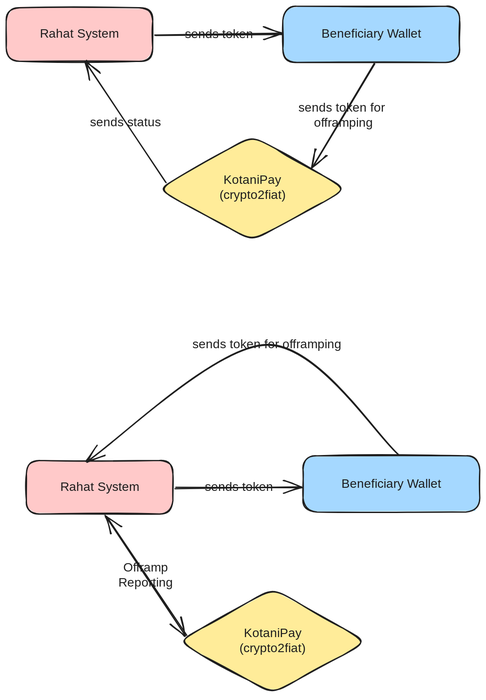
Before: docs/diagrams/offramp-kotani.excalidraw.svg, a diagram exported from Excalidraw (rahataid/rahat-platform). Source tidied: one line per element, renumbered; positions are measured from the earlier drawing's top-left corner, leaving out a move shared by most shapes.
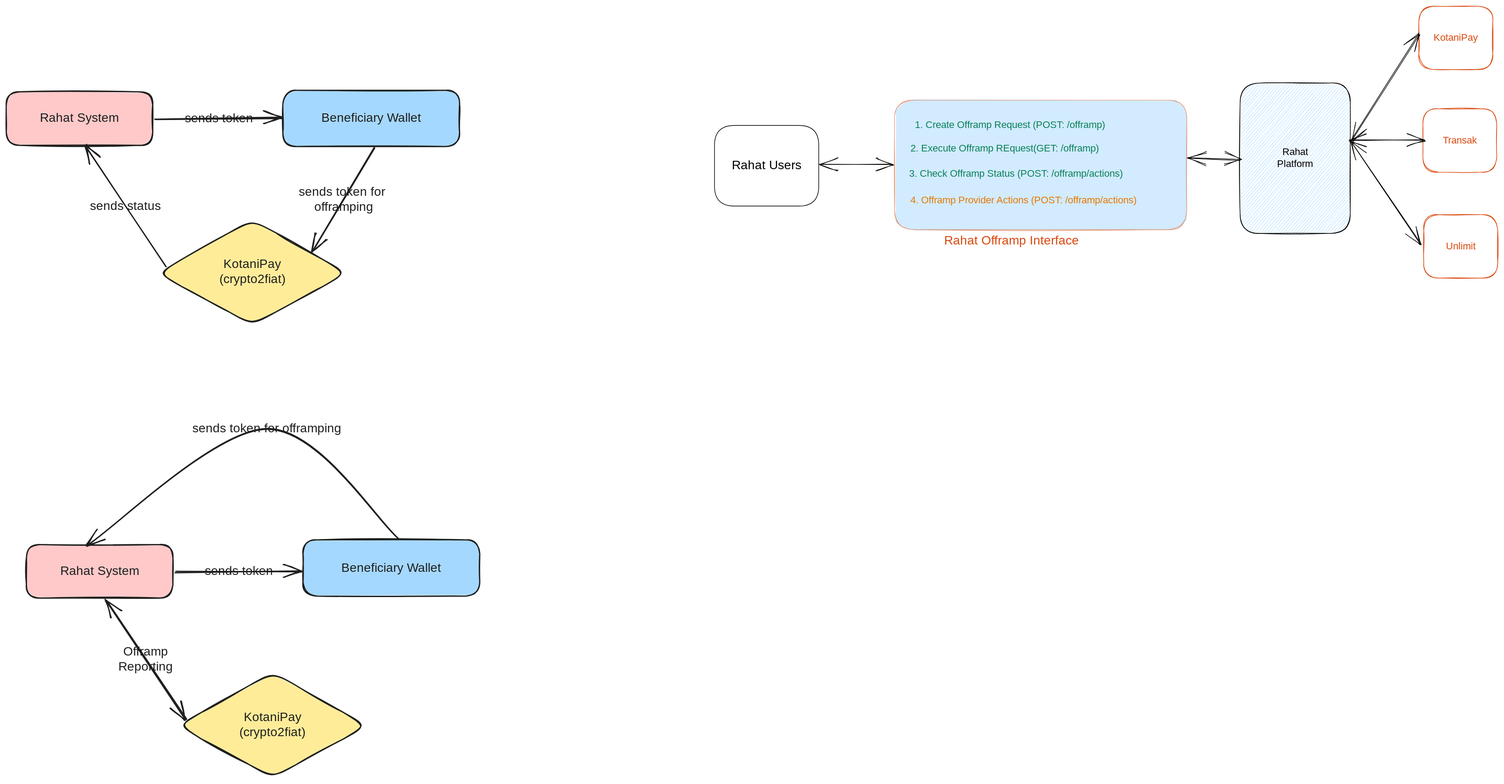
The same diagram one commit later.

Diff of the diagram source:
```diff
@@ -22,3 +22,24 @@
 {"id": 21, "type": "text", "text": "Offramp\nReporting", "strokeColor": "#1e1e1e", "backgroundColor": "#ffec99", "fillStyle": "solid", "strokeWidth": 2, "roughness": 1, "fontSize": 20, "fontFamily": 1, "textAlign": "center", "verticalAlign": "middle", "inside": 20, "x": 180, "y": 894, "width": 89, "height": 48}
 {"id": 22, "type": "arrow", "strokeColor": "#1e1e1e", "backgroundColor": "#ffec99", "fillStyle": "solid", "strokeWidth": 2, "roughness": 1, "endArrowhead": "arrow", "round": true, "from": 14, "x": 632, "y": 723, "width": 501, "height": 188, "points": [[0, 0], [-212, -177], [-501, 11]]}
 {"id": 23, "type": "text", "text": "sends token for offramping", "strokeColor": "#1e1e1e", "backgroundColor": "#ffec99", "fillStyle": "solid", "strokeWidth": 2, "roughness": 1, "fontSize": 20, "fontFamily": 1, "textAlign": "center", "verticalAlign": "middle", "inside": 22, "x": 288, "y": 534, "width": 264, "height": 24}
+{"id": 24, "type": "rectangle", "strokeColor": "#000000", "strokeWidth": 1, "roughness": 0, "round": true, "x": 1141, "y": 57, "width": 168, "height": 130}
+{"id": 25, "type": "text", "text": "Rahat Users", "strokeColor": "#000000", "strokeWidth": 1, "roughness": 1, "fontSize": 20, "fontFamily": 1, "textAlign": "center", "verticalAlign": "middle", "inside": 24, "x": 1162, "y": 110, "width": 127, "height": 24}
+{"id": 26, "type": "rectangle", "strokeColor": "#d9480f", "backgroundColor": "#a5d8ff", "fillStyle": "solid", "strokeWidth": 1, "roughness": 1, "opacity": 50, "round": true, "x": 1432, "y": 16, "width": 471, "height": 209}
+{"id": 27, "type": "text", "text": "Rahat Offramp Interface", "strokeColor": "#d9480f", "strokeWidth": 1, "roughness": 1, "fontSize": 20, "fontFamily": 1, "x": 1512, "y": 231, "width": 255, "height": 24}
+{"id": 28, "type": "text", "text": "1. Create Offramp Request (POST: /offramp)", "strokeColor": "#087f5b", "strokeWidth": 1, "roughness": 1, "fontSize": 16, "fontFamily": 1, "x": 1464, "y": 47, "width": 358, "height": 19}
+{"id": 29, "type": "text", "text": "2. Execute Offramp REquest(GET: /offramp)", "strokeColor": "#087f5b", "strokeWidth": 1, "roughness": 1, "fontSize": 16, "fontFamily": 1, "x": 1457, "y": 85, "width": 360, "height": 19}
+{"id": 30, "type": "text", "text": "3. Check Offramp Status (POST: /offramp/actions)", "strokeColor": "#087f5b", "strokeWidth": 1, "roughness": 1, "fontSize": 16, "fontFamily": 1, "x": 1455, "y": 125, "width": 410, "height": 19}
+{"id": 31, "type": "text", "text": "4. Offramp Provider Actions (POST: /offramp/actions)", "strokeColor": "#e67700", "strokeWidth": 1, "roughness": 1, "fontSize": 16, "fontFamily": 1, "x": 1457, "y": 168, "width": 429, "height": 19}
+{"id": 32, "type": "arrow", "strokeColor": "#000000", "strokeWidth": 1, "roughness": 1, "startArrowhead": "arrow", "endArrowhead": "arrow", "round": true, "from": 24, "to": 26, "x": 1310, "y": 119, "width": 117, "height": 1, "points": [[0, 0], [117, 1]]}
+{"id": 33, "type": "rectangle", "strokeColor": "#000000", "backgroundColor": "#a5d8ff", "fillStyle": "hachure", "strokeWidth": 1, "roughness": 1, "round": true, "x": 1989, "y": -12, "width": 178, "height": 243}
+{"id": 34, "type": "text", "text": "Rahat\nPlatform", "strokeColor": "#000000", "strokeWidth": 1, "roughness": 1, "fontSize": 16, "fontFamily": 1, "textAlign": "center", "verticalAlign": "middle", "inside": 33, "x": 2043, "y": 90, "width": 68, "height": 38}
+{"id": 35, "type": "rectangle", "strokeColor": "#d9480f", "strokeWidth": 1, "roughness": 1, "round": true, "x": 2277, "y": -136, "width": 119, "height": 102}
+{"id": 36, "type": "text", "text": "KotaniPay", "strokeColor": "#d9480f", "strokeWidth": 1, "roughness": 1, "fontSize": 16, "fontFamily": 1, "textAlign": "center", "verticalAlign": "middle", "inside": 35, "x": 2297, "y": -94, "width": 78, "height": 19}
+{"id": 37, "type": "rectangle", "strokeColor": "#d9480f", "strokeWidth": 1, "roughness": 1, "round": true, "x": 2283, "y": 30, "width": 119, "height": 102}
+{"id": 38, "type": "text", "text": "Transak", "strokeColor": "#d9480f", "strokeWidth": 1, "roughness": 1, "fontSize": 16, "fontFamily": 1, "textAlign": "center", "verticalAlign": "middle", "inside": 37, "x": 2310, "y": 71, "width": 65, "height": 19}
+{"id": 39, "type": "rectangle", "strokeColor": "#d9480f", "strokeWidth": 1, "roughness": 1, "round": true, "x": 2285, "y": 201, "width": 119, "height": 102}
+{"id": 40, "type": "text", "text": "Unlimit", "strokeColor": "#d9480f", "strokeWidth": 1, "roughness": 1, "fontSize": 16, "fontFamily": 1, "textAlign": "center", "verticalAlign": "middle", "inside": 39, "x": 2320, "y": 242, "width": 49, "height": 19}
+{"id": 41, "type": "arrow", "strokeColor": "#000000", "strokeWidth": 1, "roughness": 1, "startArrowhead": "arrow", "endArrowhead": "arrow", "round": true, "x": 2285, "y": 81, "width": 120, "height": 1, "points": [[0, 0], [-120, -1]]}
+{"id": 42, "type": "arrow", "strokeColor": "#000000", "strokeWidth": 1, "roughness": 1, "startArrowhead": "arrow", "endArrowhead": "arrow", "round": true, "from": 33, "x": 2167, "y": 81, "width": 110, "height": 171, "points": [[0, 0], [110, -171]]}
+{"id": 43, "type": "arrow", "strokeColor": "#000000", "strokeWidth": 1, "roughness": 1, "startArrowhead": "arrow", "endArrowhead": "arrow", "round": true, "from": 33, "to": 39, "x": 2167, "y": 83, "width": 113, "height": 166, "points": [[0, 0], [113, 166]]}
+{"id": 44, "type": "arrow", "strokeColor": "#000000", "backgroundColor": "#a5d8ff", "fillStyle": "hachure", "strokeWidth": 1, "roughness": 1, "startArrowhead": "arrow", "endArrowhead": "arrow", "round": true, "from": 26, "x": 1905, "y": 109, "width": 85, "height": 3, "points": [[0, 0], [85, 3]]}
```
